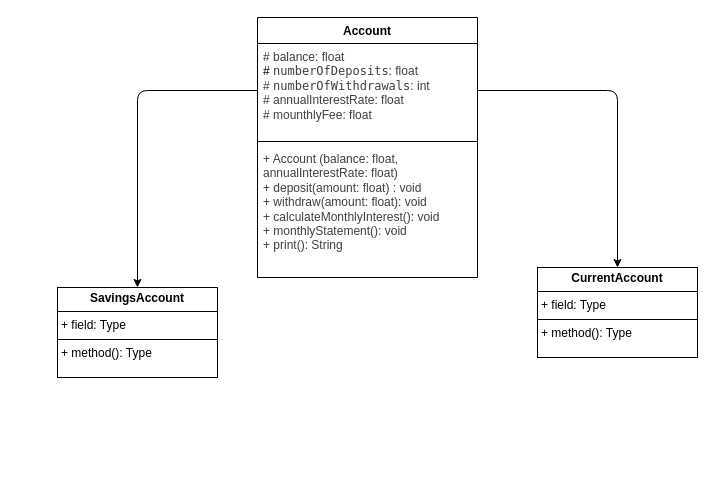
zookatt/cuenta-bancaria keeps this draw.io diagram as diagramm-uml.drawio. Above is the earlier version. Source tidied: cells renumbered, new cells numbered last; positions are measured from the earlier drawing's top-left corner, leaving out a move shared by most shapes. Both pictures are drawn from the tidied source at 100%, with x=0, y=0 at pixel (57, 17).
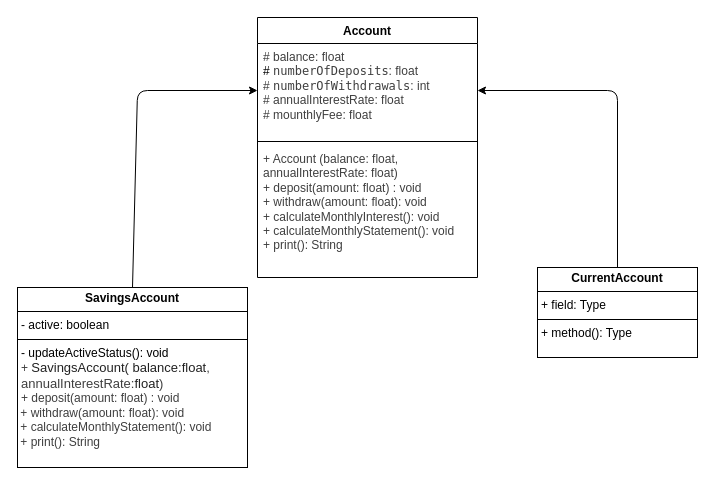
After the change.

Commit message:
docs: update uml diagramm

What changed in the source:
```diff
@@
 <mxGraphModel>
   <root>
     <mxCell id="0" />
     <mxCell id="1" parent="0" />
-    <mxCell id="2" style="edgeStyle=none;html=1;exitX=0;exitY=0.5;exitDx=0;exitDy=0;entryX=0.5;entryY=0;entryDx=0;entryDy=0;" parent="1" edge="1" source="4" target="7">
+    <mxCell id="2" style="edgeStyle=none;html=1;exitX=0.5;exitY=0;exitDx=0;exitDy=0;" parent="1" edge="1" source="7" target="4">
       <mxGeometry relative="1" as="geometry">
         <Array as="points">
           <mxPoint x="80" y="73" />
         </Array>
       </mxGeometry>
     </mxCell>
     <mxCell id="3" value="Account" style="swimlane;fontStyle=1;align=center;verticalAlign=top;horizontal=1;startSize=26;whiteSpace=wrap;html=1;" parent="1" vertex="1">
       <mxGeometry x="200" width="220" height="260" as="geometry" />
     </mxCell>
     <mxCell id="4" value="&lt;font style=&quot;color: rgb(63, 63, 63);&quot;&gt;# balance: float&lt;/font&gt;&lt;div&gt;&lt;font&gt;#&amp;nbsp;&lt;span style=&quot;font-family: Menlo, Monaco, &amp;quot;Courier New&amp;quot;, monospace; white-space: pre; background-color: light-dark(#ffffff, var(--ge-dark-color, #121212));&quot;&gt;&lt;font style=&quot;color: rgb(63, 63, 63);&quot;&gt;numberOfDeposits&lt;/font&gt;&lt;/span&gt;&lt;span style=&quot;color: rgb(63, 63, 63); background-color: transparent;&quot;&gt;: float&lt;/span&gt;&lt;br&gt;&lt;/font&gt;&lt;div style=&quot;scrollbar-color: rgb(226, 226, 226) rgb(251, 251, 251);&quot;&gt;&lt;font&gt;&lt;span style=&quot;color: light-dark(rgb(63, 63, 63), rgb(183, 183, 183));&quot;&gt;#&amp;nbsp;&lt;/span&gt;&lt;font style=&quot;color: rgb(63, 63, 63);&quot;&gt;&lt;span style=&quot;color: rgb(63, 63, 63); font-family: Menlo, Monaco, &amp;quot;Courier New&amp;quot;, monospace; white-space: pre; background-color: rgb(255, 255, 255);&quot;&gt;numberOfWithdrawals&lt;/span&gt;: int&lt;/font&gt;&lt;/font&gt;&lt;div style=&quot;color: rgb(63, 63, 63); scrollbar-color: rgb(226, 226, 226) rgb(251, 251, 251);&quot;&gt;&lt;font&gt;# annualInterestRate: float&lt;/font&gt;&lt;div style=&quot;color: rgb(63, 63, 63); scrollbar-color: rgb(226, 226, 226) rgb(251, 251, 251);&quot;&gt;&lt;font&gt;# mounthlyFee: float&lt;/font&gt;&lt;div style=&quot;color: rgb(63, 63, 63); scrollbar-color: rgb(226, 226, 226) rgb(251, 251, 251);&quot;&gt;&lt;br style=&quot;color: rgb(63, 63, 63); scrollbar-color: rgb(226, 226, 226) rgb(251, 251, 251);&quot;&gt;&lt;/div&gt;&lt;/div&gt;&lt;/div&gt;&lt;/div&gt;&lt;/div&gt;" style="text;strokeColor=none;fillColor=none;align=left;verticalAlign=top;spacingLeft=4;spacingRight=4;overflow=hidden;points=[[0,0.5],[1,0.5]];portConstraint=eastwest;whiteSpace=wrap;html=1;" parent="3" vertex="1">
       <mxGeometry y="26" width="220" height="94" as="geometry" />
     </mxCell>
     <mxCell id="5" style="line;strokeWidth=1;fillColor=none;align=left;verticalAlign=middle;spacingTop=-1;spacingLeft=3;spacingRight=3;labelPosition=right;strokeColor=inherit;" parent="3" vertex="1">
       <mxGeometry y="120" width="220" height="8" as="geometry" />
     </mxCell>
-    <mxCell id="6" value="&lt;font style=&quot;color: rgb(63, 63, 63);&quot;&gt;+ Account (balance: float, annualInterestRate:&amp;nbsp;float)&lt;/font&gt;&lt;div&gt;&lt;font style=&quot;color: rgb(63, 63, 63);&quot;&gt;+ deposit(amount: float) : void&lt;/font&gt;&lt;/div&gt;&lt;div&gt;&lt;font style=&quot;color: rgb(63, 63, 63);&quot;&gt;+ withdraw(amount: float): void&amp;nbsp;&lt;/font&gt;&lt;/div&gt;&lt;div&gt;&lt;font style=&quot;color: rgb(63, 63, 63);&quot;&gt;&lt;span style=&quot;background-color: transparent;&quot;&gt;+ calculateMonthlyInterest(): void&lt;/span&gt;&lt;/font&gt;&lt;/div&gt;&lt;div&gt;&lt;font style=&quot;color: rgb(63, 63, 63);&quot;&gt;&lt;span style=&quot;background-color: transparent;&quot;&gt;+ monthlyStatement(): void&lt;/span&gt;&lt;/font&gt;&lt;/div&gt;&lt;div&gt;&lt;font style=&quot;color: rgb(63, 63, 63);&quot;&gt;&lt;span style=&quot;background-color: transparent;&quot;&gt;+ print(): String&lt;/span&gt;&amp;nbsp;&lt;/font&gt;&lt;/div&gt;" style="text;strokeColor=none;fillColor=none;align=left;verticalAlign=top;spacingLeft=4;spacingRight=4;overflow=hidden;whiteSpace=wrap;html=1;" parent="3" vertex="1">
+    <mxCell id="6" value="&lt;font style=&quot;color: rgb(63, 63, 63);&quot;&gt;+ Account (balance: float, annualInterestRate:&amp;nbsp;float)&lt;/font&gt;&lt;div&gt;&lt;font style=&quot;color: rgb(63, 63, 63);&quot;&gt;+ deposit(amount: float) : void&lt;/font&gt;&lt;/div&gt;&lt;div&gt;&lt;font style=&quot;color: rgb(63, 63, 63);&quot;&gt;+ withdraw(amount: float): void&amp;nbsp;&lt;/font&gt;&lt;/div&gt;&lt;div&gt;&lt;font style=&quot;color: rgb(63, 63, 63);&quot;&gt;&lt;span style=&quot;background-color: transparent;&quot;&gt;+ calculateMonthlyInterest(): void&lt;/span&gt;&lt;/font&gt;&lt;/div&gt;&lt;div&gt;&lt;font style=&quot;color: rgb(63, 63, 63);&quot;&gt;&lt;span style=&quot;background-color: transparent;&quot;&gt;+ calculateMonthlyStatement(): void&lt;/span&gt;&lt;/font&gt;&lt;/div&gt;&lt;div&gt;&lt;font style=&quot;color: rgb(63, 63, 63);&quot;&gt;&lt;span style=&quot;background-color: transparent;&quot;&gt;+ print(): String&lt;/span&gt;&amp;nbsp;&lt;/font&gt;&lt;/div&gt;" style="text;strokeColor=none;fillColor=none;align=left;verticalAlign=top;spacingLeft=4;spacingRight=4;overflow=hidden;whiteSpace=wrap;html=1;" parent="3" vertex="1">
       <mxGeometry y="128" width="220" height="132" as="geometry" />
     </mxCell>
-    <mxCell id="7" value="&lt;p style=&quot;margin:0px;margin-top:4px;text-align:center;&quot;&gt;&lt;b&gt;SavingsAccount&lt;/b&gt;&lt;/p&gt;&lt;hr size=&quot;1&quot; style=&quot;border-style:solid;&quot;&gt;&lt;p style=&quot;margin:0px;margin-left:4px;&quot;&gt;+ field: Type&lt;/p&gt;&lt;hr size=&quot;1&quot; style=&quot;border-style:solid;&quot;&gt;&lt;p style=&quot;margin:0px;margin-left:4px;&quot;&gt;+ method(): Type&lt;/p&gt;" style="verticalAlign=top;align=left;overflow=fill;html=1;whiteSpace=wrap;" parent="1" vertex="1">
-      <mxGeometry y="270" width="160" height="90" as="geometry" />
+    <mxCell id="7" value="&lt;p style=&quot;margin:0px;margin-top:4px;text-align:center;&quot;&gt;&lt;b&gt;SavingsAccount&lt;/b&gt;&lt;/p&gt;&lt;hr size=&quot;1&quot; style=&quot;border-style:solid;&quot;&gt;&lt;p style=&quot;margin:0px;margin-left:4px;&quot;&gt;- active: boolean&lt;/p&gt;&lt;hr size=&quot;1&quot; style=&quot;border-style:solid;&quot;&gt;&lt;p style=&quot;margin:0px;margin-left:4px;&quot;&gt;- updateActiveStatus(): void&lt;/p&gt;&lt;p style=&quot;margin:0px;margin-left:4px;&quot;&gt;&lt;span style=&quot;color: rgb(63, 63, 63); background-color: transparent;&quot;&gt;+&amp;nbsp;&lt;/span&gt;&lt;span style=&quot;background-color: rgb(255, 255, 255); font-family: Arial, Helvetica, sans-serif; font-size: small; color: rgb(34, 34, 34);&quot;&gt;SavingsAccount( balance:&lt;/span&gt;&lt;span style=&quot;background-color: rgb(255, 255, 255); font-family: Arial, Helvetica, sans-serif; font-size: small; color: rgb(34, 34, 34);&quot;&gt;float&lt;/span&gt;&lt;span style=&quot;color: rgb(63, 63, 63); background-color: light-dark(rgb(255, 255, 255), rgb(18, 18, 18)); font-family: Arial, Helvetica, sans-serif; font-size: small;&quot;&gt;, annualInterestRate:&lt;/span&gt;&lt;span style=&quot;background-color: rgb(255, 255, 255); font-family: Arial, Helvetica, sans-serif; font-size: small; color: rgb(34, 34, 34);&quot;&gt;float&lt;/span&gt;&lt;span style=&quot;background-color: light-dark(rgb(255, 255, 255), rgb(18, 18, 18)); font-family: Arial, Helvetica, sans-serif; font-size: small; color: rgb(63, 63, 63);&quot;&gt;)&lt;/span&gt;&lt;/p&gt;&lt;p style=&quot;margin:0px;margin-left:4px;&quot;&gt;&lt;span style=&quot;color: rgb(63, 63, 63); background-color: transparent;&quot;&gt;+ deposit(amount: float) : void&lt;/span&gt;&lt;/p&gt;&lt;p style=&quot;margin:0px;margin-left:4px;&quot;&gt;&lt;span style=&quot;color: rgb(63, 63, 63); background-color: transparent;&quot;&gt;&lt;/span&gt;&lt;/p&gt;&lt;div style=&quot;color: rgb(63, 63, 63); scrollbar-color: rgb(226, 226, 226) rgb(251, 251, 251);&quot;&gt;&lt;font style=&quot;scrollbar-color: rgb(226, 226, 226) rgb(251, 251, 251); color: rgb(63, 63, 63);&quot;&gt;&amp;nbsp;+ withdraw(amount: float): void&lt;/font&gt;&lt;/div&gt;&lt;div style=&quot;color: rgb(63, 63, 63); scrollbar-color: rgb(226, 226, 226) rgb(251, 251, 251);&quot;&gt;&lt;font style=&quot;scrollbar-color: rgb(226, 226, 226) rgb(251, 251, 251); color: rgb(63, 63, 63);&quot;&gt;&lt;span style=&quot;color: rgb(63, 63, 63);&quot;&gt;&amp;nbsp;+ calculateMonthlyStatement(): void&lt;/span&gt;&lt;/font&gt;&lt;/div&gt;&lt;div style=&quot;color: rgb(63, 63, 63); scrollbar-color: rgb(226, 226, 226) rgb(251, 251, 251);&quot;&gt;&lt;font style=&quot;scrollbar-color: rgb(226, 226, 226) rgb(251, 251, 251); color: rgb(63, 63, 63);&quot;&gt;&lt;span style=&quot;color: rgb(63, 63, 63);&quot;&gt;&lt;span style=&quot;color: rgb(63, 63, 63); scrollbar-color: rgb(226, 226, 226) rgb(251, 251, 251); background-color: transparent;&quot;&gt;&amp;nbsp;+ print(): String&lt;/span&gt;&lt;span style=&quot;color: rgb(63, 63, 63);&quot;&gt;&amp;nbsp;&lt;/span&gt;&lt;/span&gt;&lt;/font&gt;&lt;/div&gt;&lt;div style=&quot;color: rgb(63, 63, 63); scrollbar-color: rgb(226, 226, 226) rgb(251, 251, 251);&quot;&gt;&lt;font style=&quot;scrollbar-color: rgb(226, 226, 226) rgb(251, 251, 251); color: rgb(63, 63, 63);&quot;&gt;&lt;span style=&quot;color: rgb(63, 63, 63);&quot;&gt;&lt;br&gt;&lt;/span&gt;&lt;/font&gt;&lt;/div&gt;&lt;div style=&quot;color: rgb(63, 63, 63); scrollbar-color: rgb(226, 226, 226) rgb(251, 251, 251);&quot;&gt;&lt;font style=&quot;scrollbar-color: rgb(226, 226, 226) rgb(251, 251, 251); color: rgb(63, 63, 63);&quot;&gt;&amp;nbsp;&lt;/font&gt;&lt;/div&gt;&lt;div&gt;&lt;font style=&quot;scrollbar-color: rgb(226, 226, 226) rgb(251, 251, 251); color: rgb(63, 63, 63);&quot;&gt;&lt;br&gt;&lt;/font&gt;&lt;/div&gt;&lt;div&gt;&lt;span style=&quot;color: rgb(63, 63, 63); background-color: transparent;&quot;&gt;&lt;br&gt;&lt;/span&gt;&lt;/div&gt;" style="verticalAlign=top;align=left;overflow=fill;html=1;whiteSpace=wrap;" parent="1" vertex="1">
+      <mxGeometry x="-40" y="270" width="230" height="180" as="geometry" />
     </mxCell>
     <mxCell id="8" value="&lt;p style=&quot;margin:0px;margin-top:4px;text-align:center;&quot;&gt;&lt;b&gt;CurrentAccount&lt;/b&gt;&lt;/p&gt;&lt;hr size=&quot;1&quot; style=&quot;border-style:solid;&quot;&gt;&lt;p style=&quot;margin:0px;margin-left:4px;&quot;&gt;+ field: Type&lt;/p&gt;&lt;hr size=&quot;1&quot; style=&quot;border-style:solid;&quot;&gt;&lt;p style=&quot;margin:0px;margin-left:4px;&quot;&gt;+ method(): Type&lt;/p&gt;" style="verticalAlign=top;align=left;overflow=fill;html=1;whiteSpace=wrap;" parent="1" vertex="1">
       <mxGeometry x="480" y="250" width="160" height="90" as="geometry" />
     </mxCell>
-    <mxCell id="9" style="edgeStyle=none;html=1;entryX=0.5;entryY=0;entryDx=0;entryDy=0;exitX=1;exitY=0.5;exitDx=0;exitDy=0;" parent="1" edge="1" source="4" target="8">
+    <mxCell id="9" style="edgeStyle=none;html=1;exitX=0.5;exitY=0;exitDx=0;exitDy=0;entryX=1;entryY=0.5;entryDx=0;entryDy=0;" parent="1" edge="1" source="8" target="4">
       <mxGeometry relative="1" as="geometry">
         <Array as="points">
           <mxPoint x="560" y="73" />
         </Array>
       </mxGeometry>
     </mxCell>
   </root>
 </mxGraphModel>
```
